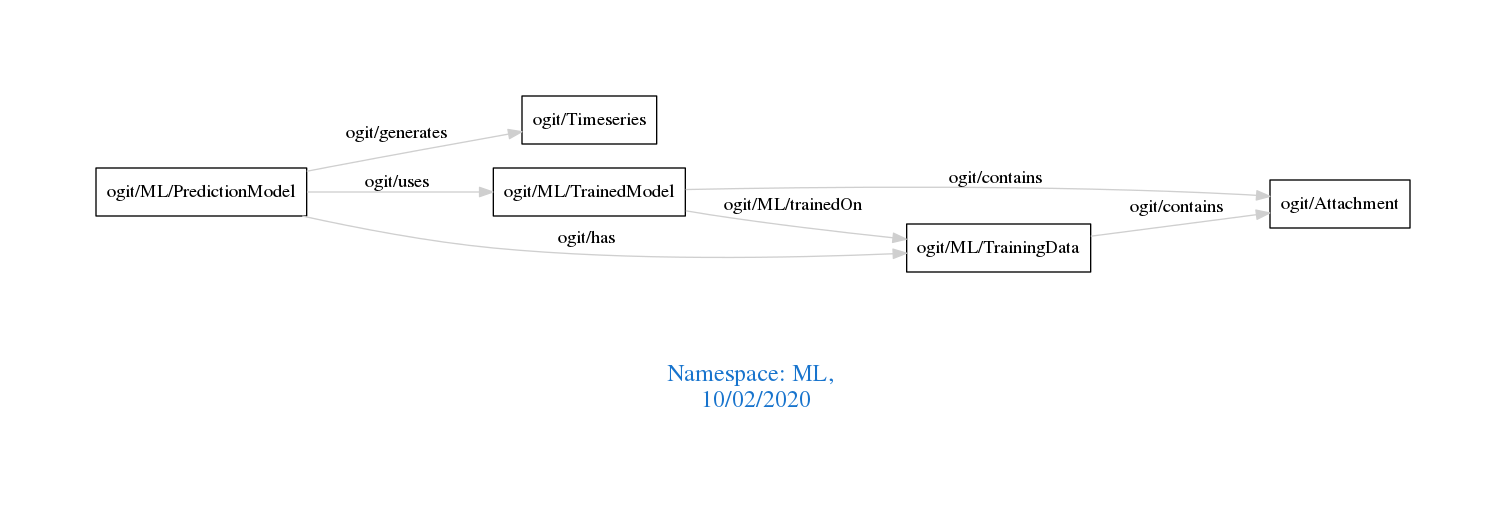
Before: downloads/ML.png, a diagram exported from Graphviz (arago/OGIT). Its source is kept beside it as downloads/ML.dot. The source it was exported from:
```dot
digraph OGIT_ontology {
 graph [ rankdir= LR,pad=1
fontsize = 18,
fontcolor= dodgerblue3,label = "\n\n\nNamespace: ML, \n 10/02/2020"];
node[shape=polygon];
edge [  color="gray81"];

   "ogit/ML/TrainedModel" -> "ogit/Attachment" [label="   ogit/contains    "];
   "ogit/ML/TrainingData" -> "ogit/Attachment" [label="   ogit/contains    "];
   "ogit/ML/PredictionModel" -> "ogit/Timeseries" [label="   ogit/generates    "];
   "ogit/ML/TrainedModel" -> "ogit/ML/TrainingData" [label="   ogit/ML/trainedOn    "];
   "ogit/ML/PredictionModel" -> "ogit/ML/TrainedModel" [label="   ogit/uses    "];
   "ogit/ML/PredictionModel" -> "ogit/ML/TrainingData" [label="   ogit/has    "];
}
```
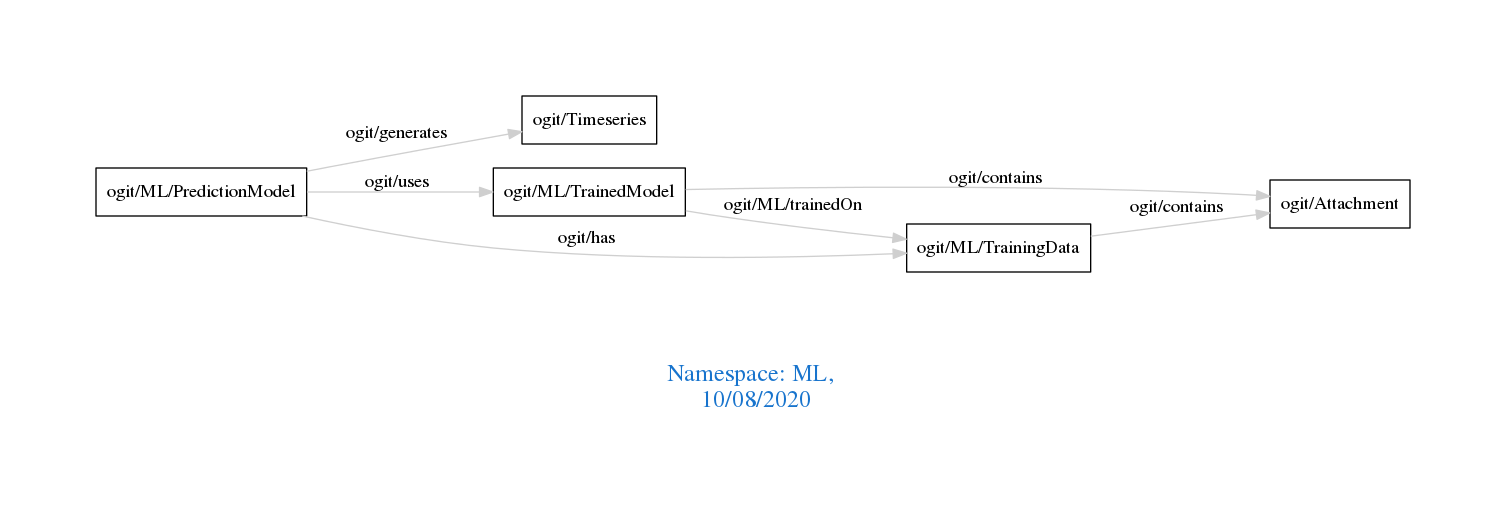
The same diagram one commit later.

What changed in the source:
```diff
@@ -1,7 +1,7 @@
 digraph OGIT_ontology {
  graph [ rankdir= LR,pad=1
 fontsize = 18,
-fontcolor= dodgerblue3,label = "\n\n\nNamespace: ML, \n 10/02/2020"];
+fontcolor= dodgerblue3,label = "\n\n\nNamespace: ML, \n 10/08/2020"];
 node[shape=polygon];
 edge [  color="gray81"];
 
```
